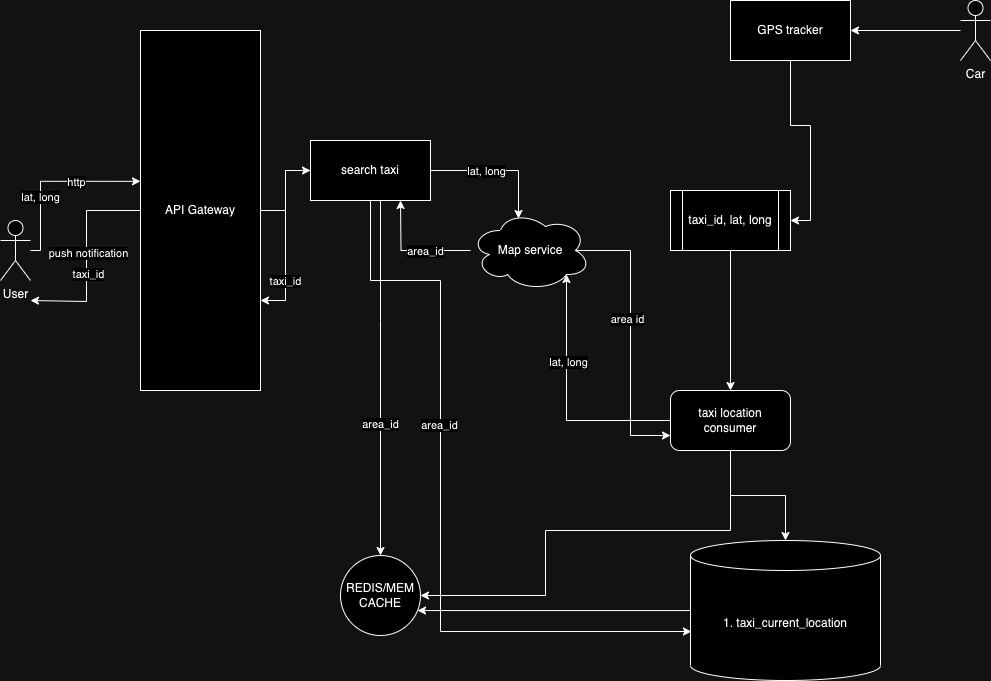
Before: RideHailingSytem/RideHailingSystem.drawio.png, a diagram exported from draw.io (manish7-thakur/SystemDesign). Source tidied: cells renumbered, new cells last; positions are measured from the earlier drawing's top-left corner, leaving out a move shared by most shapes.
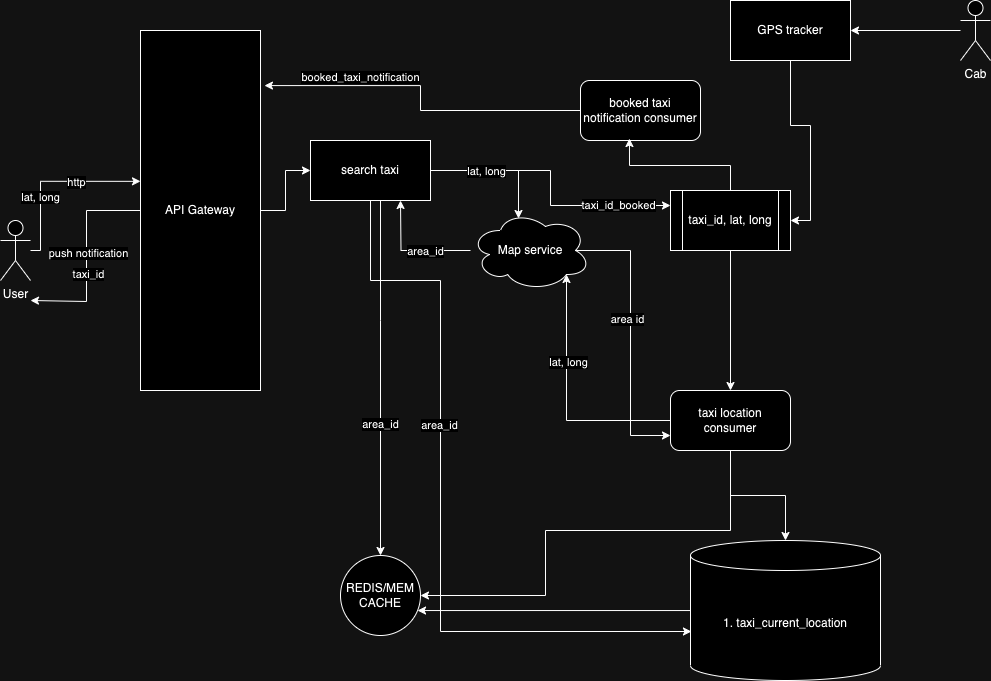
The same diagram one commit later.

Commit message:
update ride hailing system to send push notification through kafka

The edit, as a diff of the source:
```diff
@@ -11,7 +11,7 @@
     <mxCell id="4" style="edgeStyle=orthogonalEdgeStyle;rounded=0;jettySize=auto;html=1;entryX=1;entryY=0.5;entryDx=0;entryDy=0;" parent="1" edge="1" source="5" target="7">
       <mxGeometry relative="1" as="geometry" />
     </mxCell>
-    <mxCell id="5" value="Car" style="shape=umlActor;verticalLabelPosition=bottom;verticalAlign=top;html=1;outlineConnect=0;" parent="1" vertex="1">
+    <mxCell id="5" value="Cab" style="shape=umlActor;verticalLabelPosition=bottom;verticalAlign=top;html=1;outlineConnect=0;" parent="1" vertex="1">
       <mxGeometry x="960" width="30" height="60" as="geometry" />
     </mxCell>
     <mxCell id="6" style="edgeStyle=orthogonalEdgeStyle;rounded=0;jettySize=auto;html=1;entryX=1;entryY=0.5;entryDx=0;entryDy=0;" parent="1" edge="1" source="7" target="3">
@@ -112,12 +112,12 @@
     <mxCell id="29" value="area_id" style="edgeLabel;html=1;align=center;verticalAlign=middle;" parent="28" vertex="1">
       <mxGeometry x="0.26" y="-1" relative="1" as="geometry" />
     </mxCell>
-    <mxCell id="30" style="edgeStyle=orthogonalEdgeStyle;rounded=0;jettySize=auto;html=1;entryX=1;entryY=0.75;entryDx=0;entryDy=0;" parent="1" edge="1" source="32" target="23">
-      <mxGeometry relative="1" as="geometry" />
-    </mxCell>
-    <mxCell id="31" value="taxi_id" style="edgeLabel;html=1;align=center;verticalAlign=middle;" parent="30" vertex="1">
-      <mxGeometry x="0.5" y="-1" relative="1" as="geometry" />
-    </mxCell>
+    <mxCell id="39" style="edgeStyle=orthogonalEdgeStyle;rounded=0;jettySize=auto;html=1;entryX=0;entryY=0.25;entryDx=0;entryDy=0;" parent="1" edge="1" source="32" target="3">
+      <mxGeometry relative="1" as="geometry" />
+    </mxCell>
+    <mxCell id="40" value="taxi_id_booked" style="edgeLabel;html=1;align=center;verticalAlign=middle;" parent="39" vertex="1">
+      <mxGeometry x="0.61" y="1" relative="1" as="geometry" />
+    </mxCell>
     <mxCell id="32" value="search taxi" style="rounded=0;whiteSpace=wrap;html=1;" parent="1" vertex="1">
       <mxGeometry x="310" y="140" width="120" height="60" as="geometry" />
     </mxCell>
@@ -145,5 +145,19 @@
     <mxCell id="38" value="area_id" style="edgeLabel;html=1;align=center;verticalAlign=middle;" parent="37" vertex="1">
       <mxGeometry x="-0.22" y="-2" relative="1" as="geometry" />
     </mxCell>
+    <mxCell id="41" value="booked taxi notification consumer" style="rounded=1;whiteSpace=wrap;html=1;" parent="1" vertex="1">
+      <mxGeometry x="580" y="80" width="120" height="60" as="geometry" />
+    </mxCell>
+    <mxCell id="42" style="edgeStyle=orthogonalEdgeStyle;rounded=0;jettySize=auto;html=1;entryX=1.033;entryY=0.153;entryDx=0;entryDy=0;entryPerimeter=0;" parent="1" edge="1" source="41" target="23">
+      <mxGeometry relative="1" as="geometry" />
+    </mxCell>
+    <mxCell id="43" value="booked_taxi_notification" style="edgeLabel;html=1;align=center;verticalAlign=middle;" parent="42" vertex="1">
+      <mxGeometry x="0.27" y="1" relative="1" as="geometry">
+        <mxPoint x="-29" y="-10" as="offset" />
+      </mxGeometry>
+    </mxCell>
+    <mxCell id="44" style="edgeStyle=orthogonalEdgeStyle;rounded=0;jettySize=auto;html=1;entryX=0.408;entryY=0.967;entryDx=0;entryDy=0;entryPerimeter=0;" parent="1" edge="1" source="3" target="41">
+      <mxGeometry relative="1" as="geometry" />
+    </mxCell>
   </root>
 </mxGraphModel>
```
